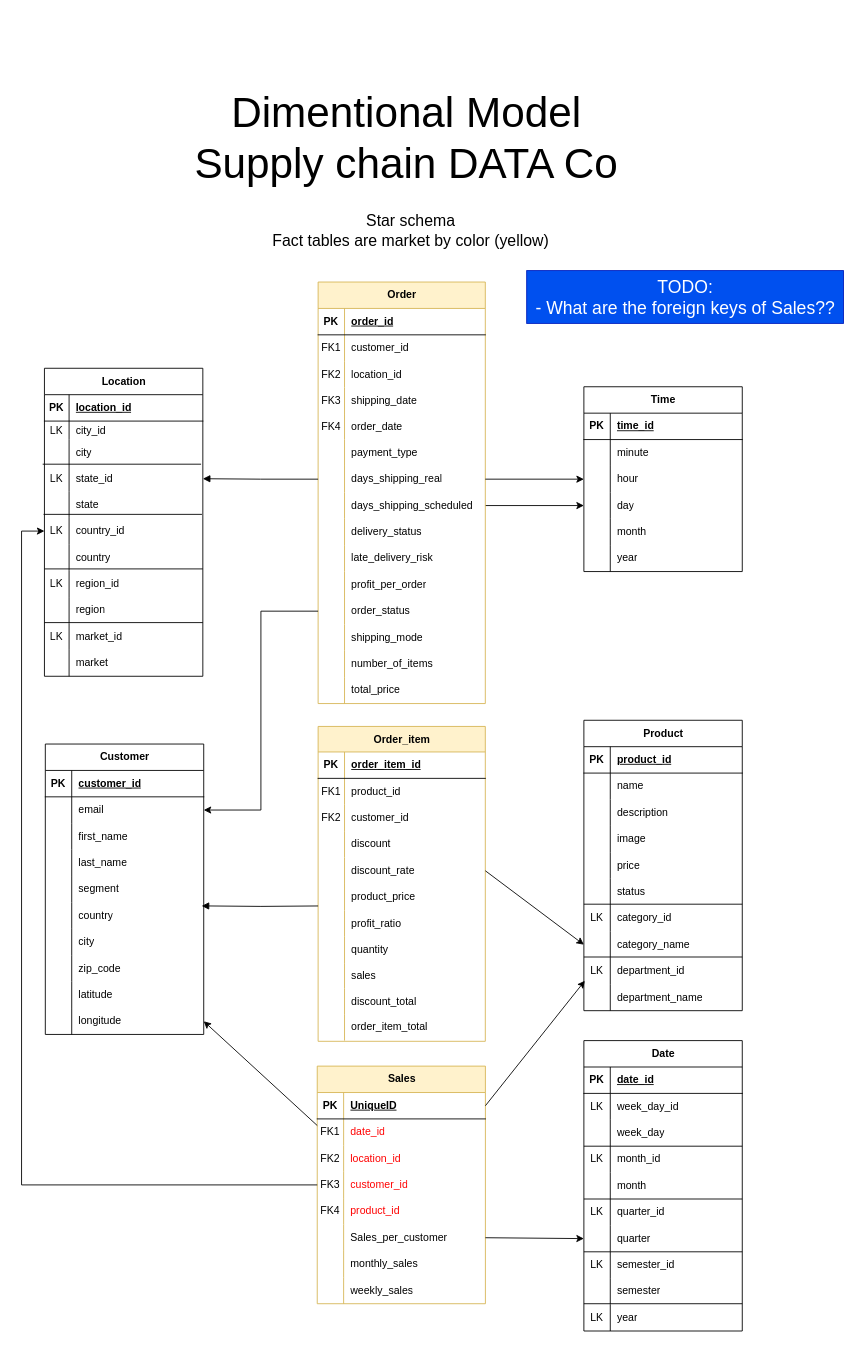
Earlier version of the draw.io diagram Model-designs/dimentional.drawio (crdsteixeira/DW_project). Source tidied: cells renumbered, new cells numbered last; positions are measured from the earlier drawing's top-left corner, leaving out a move shared by most shapes. Both pictures are drawn from the tidied source at 88%, with x=0, y=0 at pixel (21, 80).
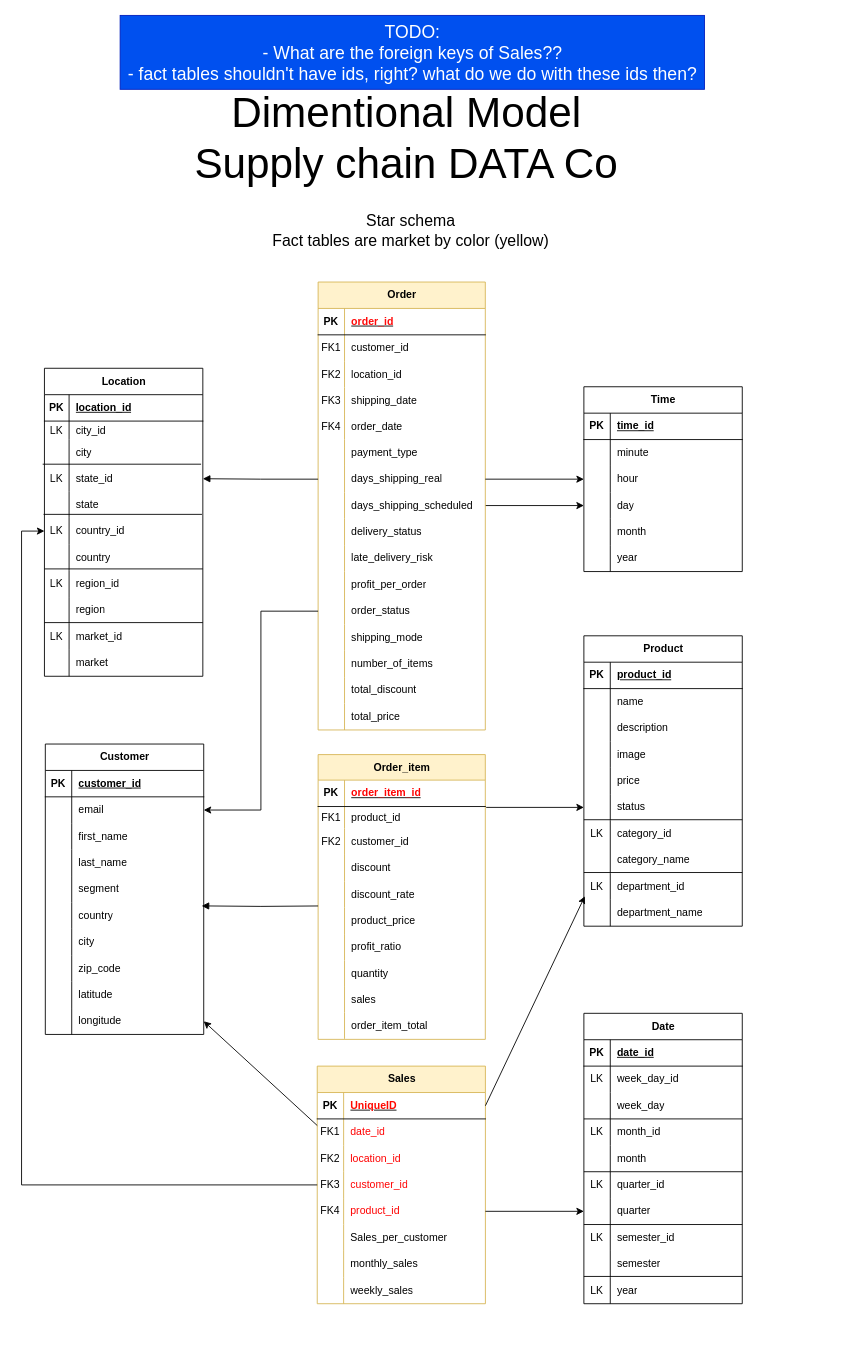
After the change.

The change refers to these unchanged cells:
```xml
<mxCell id="4" style="shape=tableRow;horizontal=0;startSize=0;swimlaneHead=0;swimlaneBody=0;fillColor=none;top=0;left=0;right=0;bottom=1;" parent="3" vertex="1">
  <mxGeometry y="30" width="190" height="30" as="geometry" />
</mxCell>
<mxCell id="50" style="shape=tableRow;horizontal=0;startSize=0;swimlaneHead=0;swimlaneBody=0;fillColor=none;top=0;left=0;right=0;bottom=1;" parent="49" vertex="1">
  <mxGeometry y="29" width="190" height="30" as="geometry" />
</mxCell>
<mxCell id="84" style="shape=tableRow;horizontal=0;startSize=0;swimlaneHead=0;swimlaneBody=0;fillColor=none;points=[[0,0.5],[1,0.5]];portConstraint=eastwest;top=0;left=0;right=0;bottom=1;" parent="83" vertex="1">
  <mxGeometry y="30" width="191.1" height="30" as="geometry" />
</mxCell>
<mxCell id="96" style="shape=tableRow;horizontal=0;startSize=0;swimlaneHead=0;swimlaneBody=0;fillColor=none;points=[[0,0.5],[1,0.5]];portConstraint=eastwest;top=0;left=0;right=0;bottom=0;" parent="83" vertex="1">
  <mxGeometry y="150" width="191.1" height="30" as="geometry" />
</mxCell>
<mxCell id="99" style="shape=tableRow;horizontal=0;startSize=0;swimlaneHead=0;swimlaneBody=0;fillColor=none;points=[[0,0.5],[1,0.5]];portConstraint=eastwest;top=0;left=0;right=0;bottom=0;" parent="83" vertex="1">
  <mxGeometry y="180" width="191.1" height="30" as="geometry" />
</mxCell>
<mxCell id="127" style="shape=tableRow;horizontal=0;startSize=0;swimlaneHead=0;swimlaneBody=0;fillColor=none;points=[[0,0.5],[1,0.5]];portConstraint=eastwest;top=0;left=0;right=0;bottom=0;" parent="108" vertex="1">
  <mxGeometry y="210" width="180" height="30" as="geometry" />
</mxCell>
<mxCell id="208" style="shape=tableRow;horizontal=0;startSize=0;swimlaneHead=0;swimlaneBody=0;fillColor=none;points=[[0,0.5],[1,0.5]];portConstraint=eastwest;top=0;left=0;right=0;bottom=0;" parent="192" vertex="1">
  <mxGeometry y="180" width="180" height="30" as="geometry" />
</mxCell>
<mxCell id="214" style="shape=tableRow;horizontal=0;startSize=0;swimlaneHead=0;swimlaneBody=0;fillColor=none;points=[[0,0.5],[1,0.5]];portConstraint=eastwest;top=0;left=0;right=0;bottom=0;" parent="192" vertex="1">
  <mxGeometry y="240" width="180" height="30" as="geometry" />
</mxCell>
```

Change to the diagram source:
```diff
@@
     <mxCell id="3" value="Order" style="shape=table;startSize=30;childLayout=tableLayout;rowLines=0;fontStyle=1;align=center;html=1;fillColor=#fff2cc;strokeColor=#d6b656;" parent="1" vertex="1">
-      <mxGeometry x="337" y="229" width="190" height="479" as="geometry" />
+      <mxGeometry x="337" y="229" width="190" height="509" as="geometry" />
     </mxCell>
@@
-    <mxCell id="6" value="order_id" style="shape=partialRectangle;fillColor=none;top=0;left=0;bottom=0;right=0;align=left;spacingLeft=6;fontStyle=5;overflow=hidden;whiteSpace=wrap;html=1;" parent="4" vertex="1">
+    <mxCell id="6" value="&lt;font color=&quot;#ff0a0a&quot;&gt;order_id&lt;/font&gt;" style="shape=partialRectangle;fillColor=none;top=0;left=0;bottom=0;right=0;align=left;spacingLeft=6;fontStyle=5;overflow=hidden;whiteSpace=wrap;html=1;" parent="4" vertex="1">
       <mxGeometry x="30" width="160" height="30" as="geometry" />
     </mxCell>
@@
+    <mxCell id="276" style="shape=tableRow;horizontal=0;startSize=0;swimlaneHead=0;swimlaneBody=0;fillColor=none;top=0;left=0;right=0;bottom=0;" parent="3" vertex="1">
+      <mxGeometry y="449" width="190" height="30" as="geometry" />
+    </mxCell>
+    <mxCell id="277" style="shape=partialRectangle;fillColor=none;top=0;left=0;bottom=0;right=0;overflow=hidden;whiteSpace=wrap;html=1;" parent="276" vertex="1">
+      <mxGeometry width="30" height="30" as="geometry" />
+    </mxCell>
+    <mxCell id="278" value="total_discount" style="shape=partialRectangle;fillColor=none;top=0;left=0;bottom=0;right=0;align=left;spacingLeft=6;overflow=hidden;whiteSpace=wrap;html=1;fontStyle=0;" parent="276" vertex="1">
+      <mxGeometry x="30" width="160" height="30" as="geometry" />
+    </mxCell>
     <mxCell id="46" style="shape=tableRow;horizontal=0;startSize=0;swimlaneHead=0;swimlaneBody=0;fillColor=none;top=0;left=0;right=0;bottom=0;" parent="3" vertex="1">
-      <mxGeometry y="449" width="190" height="30" as="geometry" />
+      <mxGeometry y="479" width="190" height="30" as="geometry" />
     </mxCell>
@@
     <mxCell id="49" value="Order_item" style="shape=table;startSize=29;childLayout=tableLayout;rowLines=0;fontStyle=1;align=center;html=1;fillColor=#fff2cc;strokeColor=#d6b656;" parent="1" vertex="1">
-      <mxGeometry x="337" y="734" width="190" height="357.8" as="geometry" />
+      <mxGeometry x="337" y="766" width="190" height="323.6" as="geometry" />
     </mxCell>
@@
-    <mxCell id="52" value="order_item_id" style="shape=partialRectangle;fillColor=none;top=0;left=0;bottom=0;right=0;align=left;spacingLeft=6;fontStyle=5;overflow=hidden;whiteSpace=wrap;html=1;" parent="50" vertex="1">
+    <mxCell id="52" value="&lt;font color=&quot;#ff0303&quot;&gt;order_item_id&lt;/font&gt;" style="shape=partialRectangle;fillColor=none;top=0;left=0;bottom=0;right=0;align=left;spacingLeft=6;fontStyle=5;overflow=hidden;whiteSpace=wrap;html=1;" parent="50" vertex="1">
       <mxGeometry x="30" width="160" height="30" as="geometry" />
     </mxCell>
     <mxCell id="53" style="shape=tableRow;horizontal=0;startSize=0;swimlaneHead=0;swimlaneBody=0;fillColor=none;top=0;left=0;right=0;bottom=0;" parent="49" vertex="1">
-      <mxGeometry y="59" width="190" height="30" as="geometry" />
+      <mxGeometry y="59" width="190" height="25" as="geometry" />
     </mxCell>
     <mxCell id="54" value="FK1" style="shape=partialRectangle;fillColor=none;top=0;left=0;bottom=0;right=0;overflow=hidden;whiteSpace=wrap;html=1;" parent="53" vertex="1">
-      <mxGeometry width="30" height="30" as="geometry" />
+      <mxGeometry width="30" height="25" as="geometry" />
     </mxCell>
     <mxCell id="55" value="product_id" style="shape=partialRectangle;fillColor=none;top=0;left=0;bottom=0;right=0;align=left;spacingLeft=6;overflow=hidden;whiteSpace=wrap;html=1;" parent="53" vertex="1">
-      <mxGeometry x="30" width="160" height="30" as="geometry" />
+      <mxGeometry x="30" width="160" height="25" as="geometry" />
     </mxCell>
     <mxCell id="56" style="shape=tableRow;horizontal=0;startSize=0;swimlaneHead=0;swimlaneBody=0;fillColor=none;top=0;left=0;right=0;bottom=0;" parent="49" vertex="1">
-      <mxGeometry y="89" width="190" height="30" as="geometry" />
+      <mxGeometry y="84" width="190" height="30" as="geometry" />
     </mxCell>
@@
     <mxCell id="59" style="shape=tableRow;horizontal=0;startSize=0;swimlaneHead=0;swimlaneBody=0;fillColor=none;top=0;left=0;right=0;bottom=0;" parent="49" vertex="1">
-      <mxGeometry y="119" width="190" height="30" as="geometry" />
+      <mxGeometry y="114" width="190" height="30" as="geometry" />
     </mxCell>
@@
     <mxCell id="62" style="shape=tableRow;horizontal=0;startSize=0;swimlaneHead=0;swimlaneBody=0;fillColor=none;points=[[0,0.5],[1,0.5]];portConstraint=eastwest;top=0;left=0;right=0;bottom=0;" parent="49" vertex="1">
-      <mxGeometry y="149" width="190" height="30" as="geometry" />
+      <mxGeometry y="144" width="190" height="30" as="geometry" />
     </mxCell>
@@
     <mxCell id="65" style="shape=tableRow;horizontal=0;startSize=0;swimlaneHead=0;swimlaneBody=0;fillColor=none;top=0;left=0;right=0;bottom=0;" parent="49" vertex="1">
-      <mxGeometry y="179" width="190" height="30" as="geometry" />
+      <mxGeometry y="174" width="190" height="30" as="geometry" />
     </mxCell>
@@
     <mxCell id="68" style="shape=tableRow;horizontal=0;startSize=0;swimlaneHead=0;swimlaneBody=0;fillColor=none;top=0;left=0;right=0;bottom=0;" parent="49" vertex="1">
-      <mxGeometry y="209" width="190" height="30" as="geometry" />
+      <mxGeometry y="204" width="190" height="30" as="geometry" />
     </mxCell>
@@
     <mxCell id="71" style="shape=tableRow;horizontal=0;startSize=0;swimlaneHead=0;swimlaneBody=0;fillColor=none;top=0;left=0;right=0;bottom=0;" parent="49" vertex="1">
-      <mxGeometry y="239" width="190" height="30" as="geometry" />
+      <mxGeometry y="234" width="190" height="30" as="geometry" />
     </mxCell>
@@
     <mxCell id="74" style="shape=tableRow;horizontal=0;startSize=0;swimlaneHead=0;swimlaneBody=0;fillColor=none;top=0;left=0;right=0;bottom=0;" parent="49" vertex="1">
-      <mxGeometry y="269" width="190" height="29" as="geometry" />
+      <mxGeometry y="264" width="190" height="29" as="geometry" />
     </mxCell>
@@
-    <mxCell id="77" style="shape=tableRow;horizontal=0;startSize=0;swimlaneHead=0;swimlaneBody=0;fillColor=none;top=0;left=0;right=0;bottom=0;" parent="49" vertex="1">
-      <mxGeometry y="298" width="190" height="29" as="geometry" />
-    </mxCell>
-    <mxCell id="78" style="shape=partialRectangle;fillColor=none;top=0;left=0;bottom=0;right=0;overflow=hidden;whiteSpace=wrap;html=1;" parent="77" vertex="1">
-      <mxGeometry width="30" height="29" as="geometry" />
-    </mxCell>
-    <mxCell id="79" value="discount_total" style="shape=partialRectangle;fillColor=none;top=0;left=0;bottom=0;right=0;align=left;spacingLeft=6;overflow=hidden;whiteSpace=wrap;html=1;" parent="77" vertex="1">
-      <mxGeometry x="30" width="160" height="29" as="geometry" />
-    </mxCell>
     <mxCell id="80" style="shape=tableRow;horizontal=0;startSize=0;swimlaneHead=0;swimlaneBody=0;fillColor=none;top=0;left=0;right=0;bottom=0;" parent="49" vertex="1">
-      <mxGeometry y="327" width="190" height="30" as="geometry" />
+      <mxGeometry y="293" width="190" height="30" as="geometry" />
     </mxCell>
@@
-    <mxCell id="86" value="UniqueID" style="shape=partialRectangle;fillColor=none;top=0;left=0;bottom=0;right=0;align=left;spacingLeft=6;fontStyle=5;overflow=hidden;whiteSpace=wrap;html=1;" parent="84" vertex="1">
+    <mxCell id="86" value="&lt;font color=&quot;#ff0800&quot;&gt;UniqueID&lt;/font&gt;" style="shape=partialRectangle;fillColor=none;top=0;left=0;bottom=0;right=0;align=left;spacingLeft=6;fontStyle=5;overflow=hidden;whiteSpace=wrap;html=1;" parent="84" vertex="1">
       <mxGeometry x="30" width="161.1" height="30" as="geometry" />
     </mxCell>
@@
     <mxCell id="108" value="Date" style="shape=table;startSize=30;childLayout=tableLayout;rowLines=0;fontStyle=1;align=center;html=1;" parent="1" vertex="1">
-      <mxGeometry x="639" y="1091" width="180" height="330" as="geometry" />
+      <mxGeometry x="639" y="1060" width="180" height="330" as="geometry" />
     </mxCell>
@@
     <mxCell id="192" value="Product" style="shape=table;startSize=30;childLayout=tableLayout;rowLines=0;fontStyle=1;align=center;html=1;" parent="1" vertex="1">
-      <mxGeometry x="639" y="727" width="180" height="330" as="geometry" />
+      <mxGeometry x="639" y="631" width="180" height="330" as="geometry" />
     </mxCell>
@@
-    <mxCell id="257" value="TODO:&lt;br&gt;- What are the foreign keys of Sales??" style="text;html=1;align=center;verticalAlign=middle;strokeColor=#001DBC;fillColor=#0050ef;fontColor=#ffffff;fontSize=20;" parent="1" vertex="1">
-      <mxGeometry x="574" y="216" width="360" height="60" as="geometry" />
+    <mxCell id="257" value="TODO:&lt;br&gt;- What are the foreign keys of Sales??&lt;br&gt;- fact tables shouldn't have ids, right? what do we do with these ids then?" style="text;html=1;align=center;verticalAlign=middle;strokeColor=#001DBC;fillColor=#0050ef;fontColor=#ffffff;fontSize=20;" parent="1" vertex="1">
+      <mxGeometry x="112" y="-74" width="664" height="84" as="geometry" />
     </mxCell>
@@
     <mxCell id="260" style="line;strokeWidth=1;fillColor=none;align=left;verticalAlign=middle;spacingTop=-1;spacingLeft=3;spacingRight=3;labelPosition=right;strokeColor=inherit;" parent="1" vertex="1">
-      <mxGeometry x="639" y="932" width="180" height="8" as="geometry" />
+      <mxGeometry x="639" y="836" width="180" height="8" as="geometry" />
     </mxCell>
-    <mxCell id="261" style="endArrow=classic;html=1;rounded=0;entryX=0;entryY=0.5;entryDx=0;entryDy=0;exitX=1;exitY=0.5;exitDx=0;exitDy=0;" parent="1" edge="1" source="99" target="127">
+    <mxCell id="261" style="endArrow=classic;html=1;rounded=0;entryX=0;entryY=0.5;entryDx=0;entryDy=0;exitX=1;exitY=0.5;exitDx=0;exitDy=0;" parent="1" edge="1" source="96" target="127">
       <mxGeometry relative="1" as="geometry" />
     </mxCell>
@@
     <mxCell id="265" style="line;strokeWidth=1;fillColor=none;align=left;verticalAlign=middle;spacingTop=-1;spacingLeft=3;spacingRight=3;labelPosition=right;strokeColor=inherit;" parent="1" vertex="1">
-      <mxGeometry x="639" y="992" width="180" height="8" as="geometry" />
+      <mxGeometry x="639" y="896" width="180" height="8" as="geometry" />
     </mxCell>
@@
-    <mxCell id="271" style="endArrow=classic;html=1;rounded=0;entryX=0;entryY=0.5;entryDx=0;entryDy=0;exitX=1;exitY=0.5;exitDx=0;exitDy=0;" parent="1" edge="1" source="62" target="214">
-      <mxGeometry relative="1" as="geometry" />
+    <mxCell id="271" style="endArrow=classic;html=1;rounded=0;entryX=0;entryY=0.5;entryDx=0;entryDy=0;" parent="1" edge="1" target="208">
+      <mxGeometry relative="1" as="geometry">
+        <mxPoint x="528" y="826" as="sourcePoint" />
+      </mxGeometry>
     </mxCell>
     <mxCell id="272" style="line;strokeWidth=1;fillColor=none;align=left;verticalAlign=middle;spacingTop=-1;spacingLeft=3;spacingRight=3;labelPosition=right;strokeColor=inherit;" parent="1" vertex="1">
-      <mxGeometry x="639" y="1207" width="180" height="8" as="geometry" />
+      <mxGeometry x="639" y="1176" width="180" height="8" as="geometry" />
     </mxCell>
     <mxCell id="273" style="line;strokeWidth=1;fillColor=none;align=left;verticalAlign=middle;spacingTop=-1;spacingLeft=3;spacingRight=3;labelPosition=right;strokeColor=inherit;" parent="1" vertex="1">
-      <mxGeometry x="639" y="1267" width="180" height="8" as="geometry" />
+      <mxGeometry x="639" y="1236" width="180" height="8" as="geometry" />
     </mxCell>
     <mxCell id="274" style="line;strokeWidth=1;fillColor=none;align=left;verticalAlign=middle;spacingTop=-1;spacingLeft=3;spacingRight=3;labelPosition=right;strokeColor=inherit;" parent="1" vertex="1">
-      <mxGeometry x="639" y="1327" width="180" height="8" as="geometry" />
+      <mxGeometry x="639" y="1296" width="180" height="8" as="geometry" />
     </mxCell>
     <mxCell id="275" style="line;strokeWidth=1;fillColor=none;align=left;verticalAlign=middle;spacingTop=-1;spacingLeft=3;spacingRight=3;labelPosition=right;strokeColor=inherit;" parent="1" vertex="1">
-      <mxGeometry x="639" y="1386" width="180" height="8" as="geometry" />
+      <mxGeometry x="639" y="1355" width="180" height="8" as="geometry" />
     </mxCell>
```
